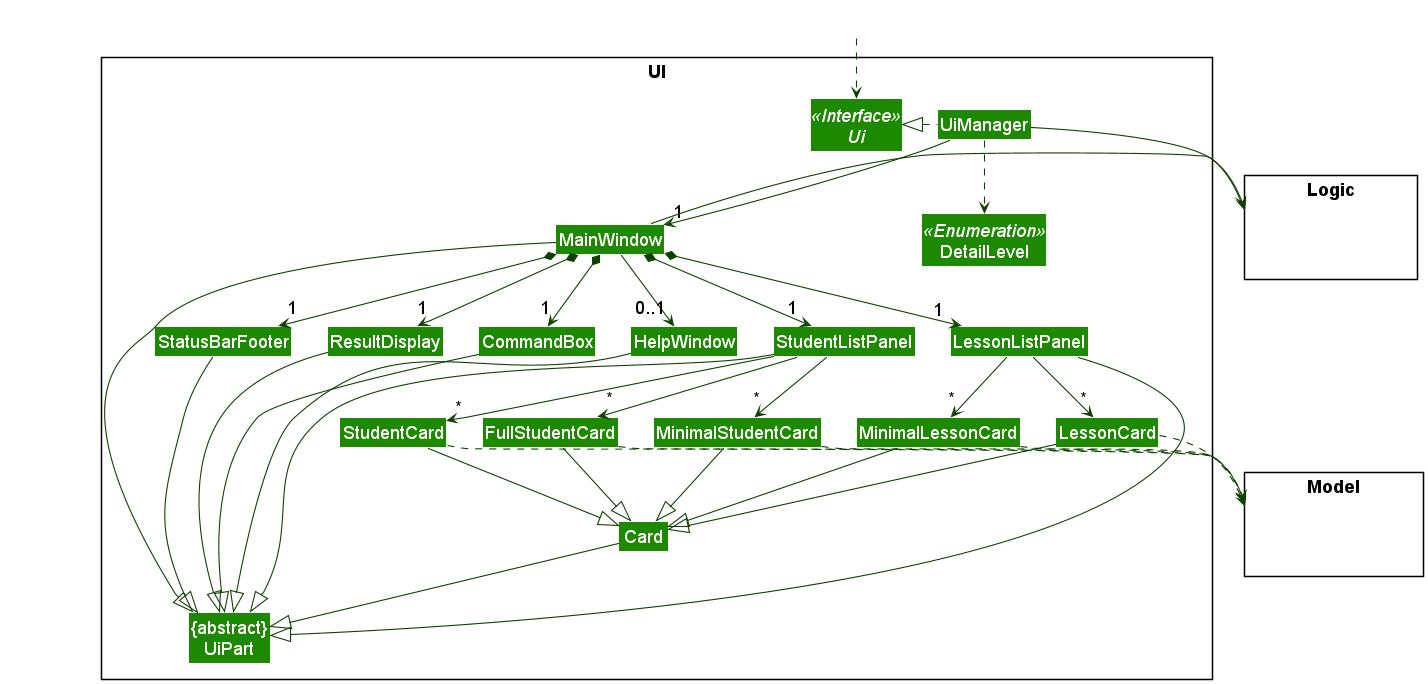
Above: docs/images/UiClassDiagram.png in nus-cs2103-AY2122S1/tp (PlantUML), before the change.
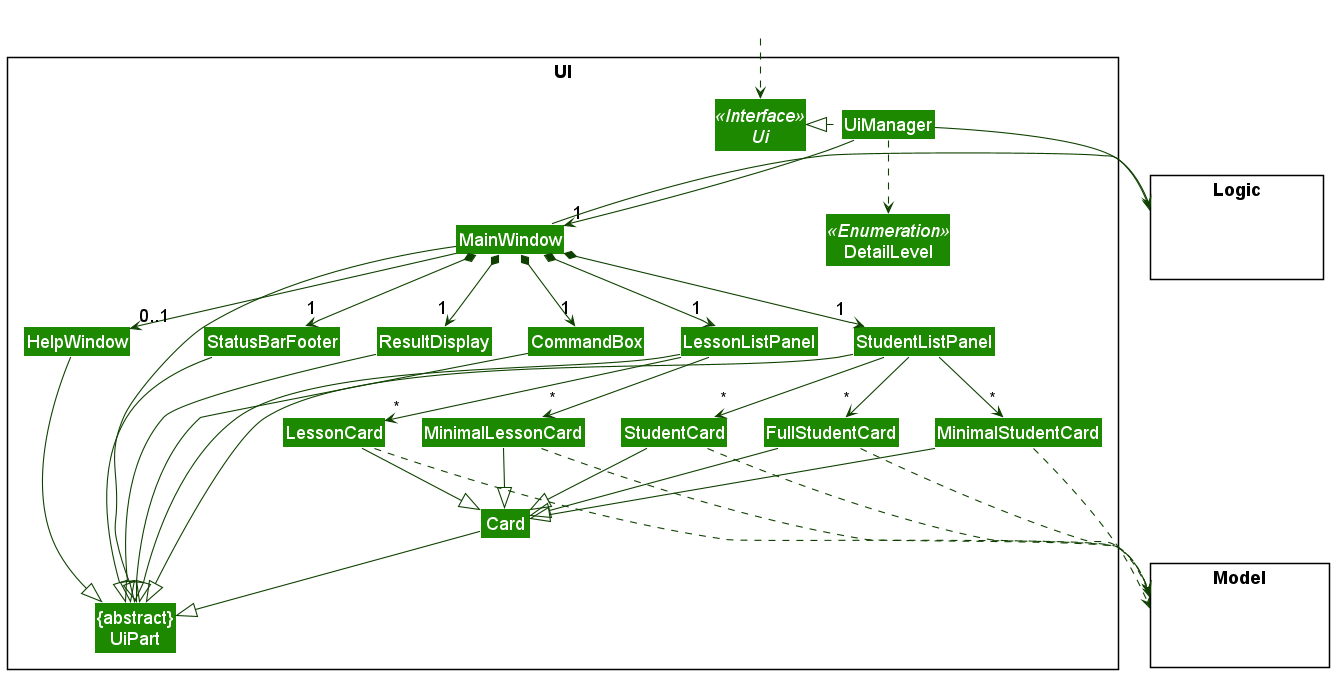
After the commit.

Commit message:
Update UI Class Diagram

Diff of the diagram source:
```diff
@@ -72,7 +72,7 @@
 
 UiManager ..> DetailLevel
 MinimalStudentCard ..> Model
-StudentCard ..> Model
+StudentCard ...> Model
 FullStudentCard ..> Model
 MinimalLessonCard ..> Model
 LessonCard ..> Model
```
